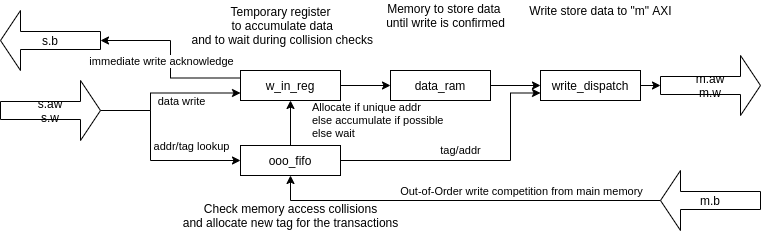
Nic30/hwtLib keeps this draw.io diagram as doc/_static/AxiWriteAggregator.png. Above is the earlier version. Source tidied: cells renumbered, new cells last; positions are measured from the earlier drawing's top-left corner, leaving out a move shared by most shapes.
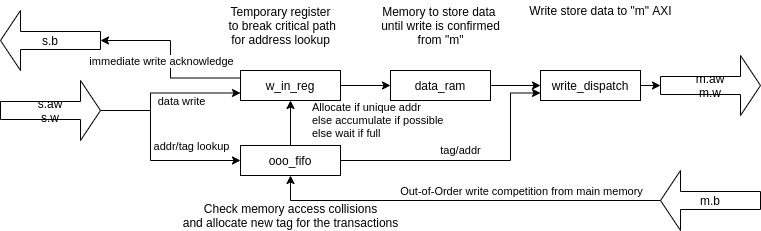
The same diagram one commit later.

Commit message:
AxiWriteAggregator: update doc img

What changed in the source:
```diff
@@ -50,7 +50,7 @@
         </Array>
       </mxGeometry>
     </mxCell>
-    <mxCell id="11" value="Allocate if unique addr &lt;br&gt;else accumulate if possible &lt;br&gt;else wait" style="edgeStyle=orthogonalEdgeStyle;rounded=0;jettySize=auto;html=1;exitX=0.5;exitY=0;exitDx=0;exitDy=0;entryX=0.5;entryY=1;entryDx=0;entryDy=0;startArrow=none;startFill=0;align=left;" parent="1" edge="1" source="12" target="9">
+    <mxCell id="11" value="Allocate if unique addr &lt;br&gt;else accumulate if possible &lt;br&gt;else wait if full" style="edgeStyle=orthogonalEdgeStyle;rounded=0;jettySize=auto;html=1;exitX=0.5;exitY=0;exitDx=0;exitDy=0;entryX=0.5;entryY=1;entryDx=0;entryDy=0;startArrow=none;startFill=0;align=left;" parent="1" edge="1" source="12" target="9">
       <mxGeometry x="0.11" y="-20" relative="1" as="geometry" />
     </mxCell>
     <mxCell id="12" value="&lt;div&gt;ooo_fifo&lt;br&gt;&lt;/div&gt;" style="rounded=0;whiteSpace=wrap;html=1;" parent="1" vertex="1">
@@ -88,11 +88,11 @@
     <mxCell id="22" value="s.aw&lt;br&gt;s.w" style="shape=singleArrow;whiteSpace=wrap;html=1;" parent="1" vertex="1">
       <mxGeometry y="80" width="100" height="60" as="geometry" />
     </mxCell>
-    <mxCell id="23" value="Temporary register&lt;br&gt;&amp;nbsp;to accumulate data&lt;br&gt;&amp;nbsp;and to wait during collision checks" style="text;html=1;align=center;verticalAlign=middle;" parent="1" vertex="1">
-      <mxGeometry x="180" width="200" height="50" as="geometry" />
+    <mxCell id="23" value="Temporary register&lt;br&gt;&amp;nbsp;to break critical path&lt;br&gt;for address lookup" style="text;html=1;align=center;verticalAlign=middle;" parent="1" vertex="1">
+      <mxGeometry x="215" width="130" height="50" as="geometry" />
     </mxCell>
-    <mxCell id="24" value="Memory to store data &lt;br&gt;until write is confirmed" style="text;html=1;align=center;verticalAlign=middle;" parent="1" vertex="1">
-      <mxGeometry x="380" width="130" height="30" as="geometry" />
+    <mxCell id="24" value="Memory to store data &lt;br&gt;until write is confirmed&lt;br&gt;from &quot;m&quot;" style="text;html=1;align=center;verticalAlign=middle;" parent="1" vertex="1">
+      <mxGeometry x="375" width="130" height="50" as="geometry" />
     </mxCell>
     <mxCell id="25" value="Write store data to &quot;m&quot; AXI" style="text;html=1;align=center;verticalAlign=middle;" parent="1" vertex="1">
       <mxGeometry x="520" width="160" height="20" as="geometry" />
```
